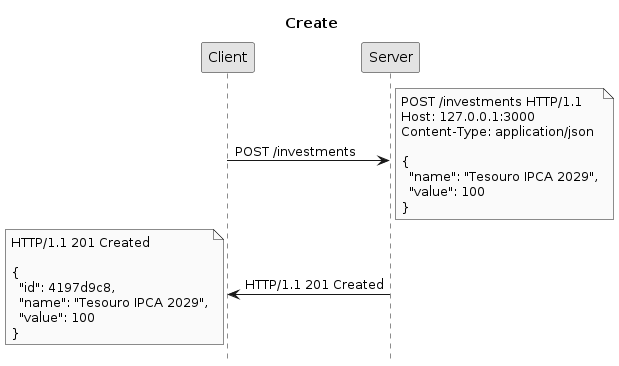
ifpb/lp2 keeps this PlantUML diagram as public/imgs/expressjs/api/create-investment.png. Above is the earlier version. The source it was exported from:
```plantuml
@startuml
title Create
hide footbox
skinparam monochrome true

Client -> Server: POST /investments
note right: POST /investments HTTP/1.1\nHost: 127.0.0.1:3000\nContent-Type: application/json\n\n{\n  "name": "Tesouro IPCA 2029",\n  "value": 100\n}
Server -> Client: HTTP/1.1 201 Created
note left: HTTP/1.1 201 Created\n\n{\n  "id": 4197d9c8,\n  "name": "Tesouro IPCA 2029",\n  "value": 100\n}
@enduml
```
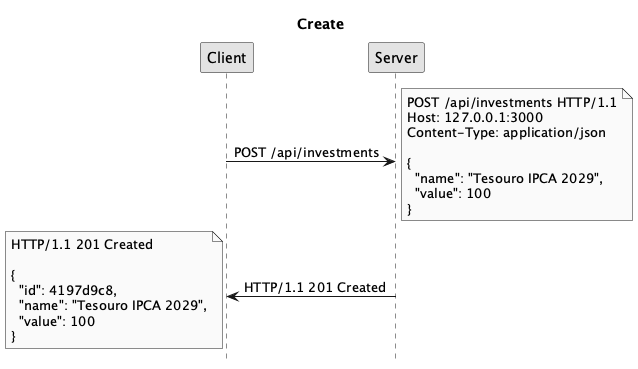
The same file after the commit.

The edit, as a diff of the source:
```diff
@@ -3,8 +3,8 @@
 hide footbox
 skinparam monochrome true
 
-Client -> Server: POST /investments
-note right: POST /investments HTTP/1.1\nHost: 127.0.0.1:3000\nContent-Type: application/json\n\n{\n  "name": "Tesouro IPCA 2029",\n  "value": 100\n}
+Client -> Server: POST /api/investments
+note right: POST /api/investments HTTP/1.1\nHost: 127.0.0.1:3000\nContent-Type: application/json\n\n{\n  "name": "Tesouro IPCA 2029",\n  "value": 100\n}
 Server -> Client: HTTP/1.1 201 Created
 note left: HTTP/1.1 201 Created\n\n{\n  "id": 4197d9c8,\n  "name": "Tesouro IPCA 2029",\n  "value": 100\n}
 @enduml
```
